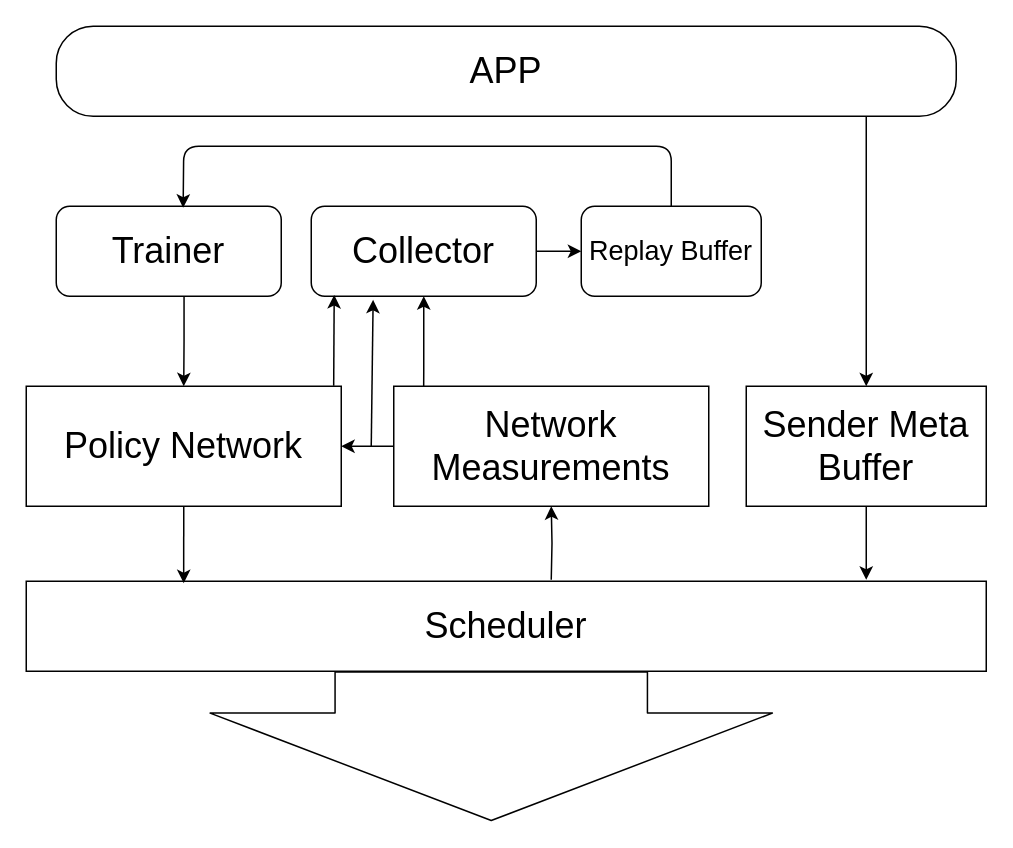
The draw.io diagram Architecture.drawio in I-am-Justice/QUIC-packet-scheduling, before the edit. Source tidied: cells renumbered, new cells numbered last; positions are measured from the earlier drawing's top-left corner, leaving out a move shared by most shapes. Both pictures are drawn from the tidied source at 150%, with x=0, y=0 at pixel (26, 26).
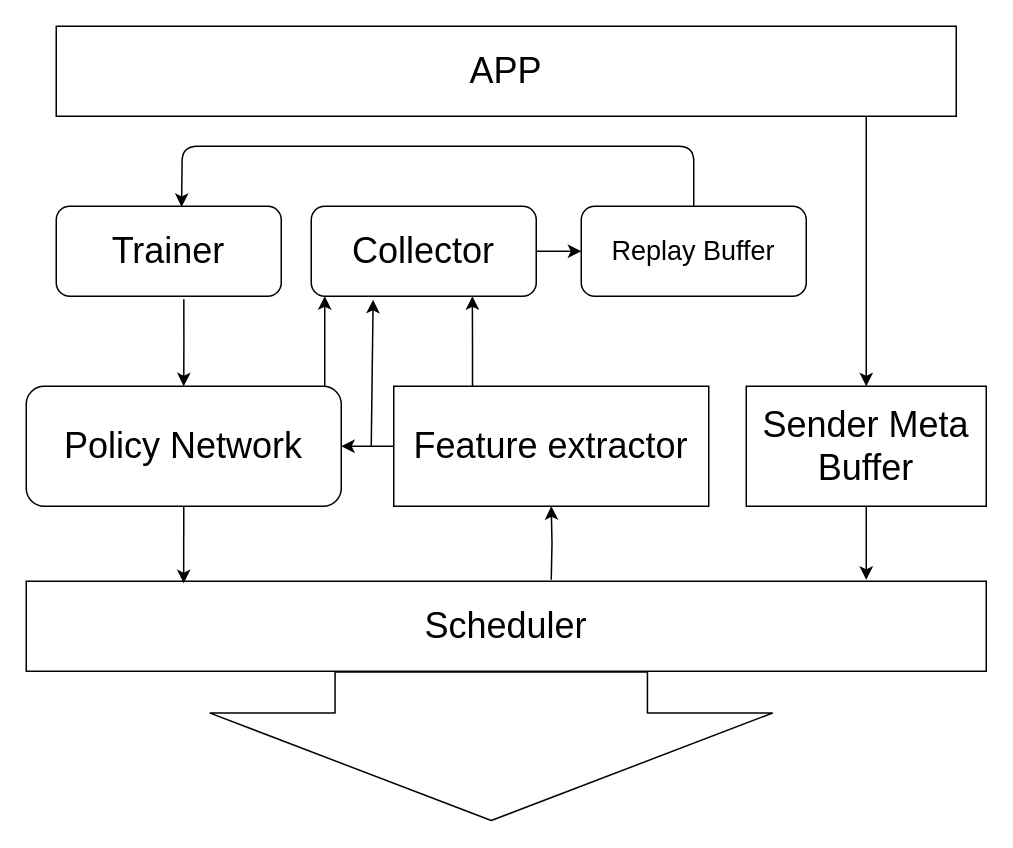
The same diagram, later.

The change refers to these unchanged cells:
```xml
<mxCell id="7" value="&lt;font style=&quot;font-size: 24px&quot;&gt;Scheduler&lt;/font&gt;" style="rounded=1;whiteSpace=wrap;html=1;arcSize=0;" parent="1" vertex="1">
  <mxGeometry y="370" width="640" height="60" as="geometry" />
</mxCell>
<mxCell id="15" value="&lt;font style=&quot;font-size: 24px&quot;&gt;Collector&lt;/font&gt;" style="rounded=1;whiteSpace=wrap;html=1;" parent="1" vertex="1">
  <mxGeometry x="190" y="120" width="150" height="60" as="geometry" />
</mxCell>
<mxCell id="16" value="&lt;font style=&quot;font-size: 24px&quot;&gt;Trainer&lt;/font&gt;" style="rounded=1;whiteSpace=wrap;html=1;" parent="1" vertex="1">
  <mxGeometry x="20" y="120" width="150" height="60" as="geometry" />
</mxCell>
```

Change to the diagram source:
```diff
@@
-    <mxCell id="3" value="&lt;font style=&quot;font-size: 24px&quot;&gt;APP&lt;/font&gt;" style="rounded=1;whiteSpace=wrap;html=1;arcSize=41;" parent="1" vertex="1">
+    <mxCell id="3" value="&lt;font style=&quot;font-size: 24px&quot;&gt;APP&lt;/font&gt;" style="rounded=1;whiteSpace=wrap;html=1;arcSize=0;" parent="1" vertex="1">
       <mxGeometry x="20" width="600" height="60" as="geometry" />
     </mxCell>
@@
-    <mxCell id="8" style="edgeStyle=orthogonalEdgeStyle;rounded=0;jettySize=auto;html=1;" parent="1" edge="1" source="9" target="12">
+    <mxCell id="8" style="edgeStyle=orthogonalEdgeStyle;rounded=0;jettySize=auto;html=1;entryX=1;entryY=0.5;entryDx=0;entryDy=0;" parent="1" edge="1" source="9" target="12">
       <mxGeometry relative="1" as="geometry" />
     </mxCell>
+    <mxCell id="13" style="edgeStyle=orthogonalEdgeStyle;rounded=0;jettySize=auto;html=1;exitX=0.25;exitY=0;exitDx=0;exitDy=0;entryX=0.716;entryY=1;entryDx=0;entryDy=0;entryPerimeter=0;" parent="1" edge="1" source="9" target="15">
+      <mxGeometry relative="1" as="geometry" />
+    </mxCell>
-    <mxCell id="9" value="&lt;font style=&quot;font-size: 24px&quot;&gt;Network Measurements&lt;/font&gt;" style="rounded=0;whiteSpace=wrap;html=1;" parent="1" vertex="1">
+    <mxCell id="9" value="&lt;font style=&quot;font-size: 24px&quot;&gt;Feature extractor&lt;/font&gt;" style="rounded=0;whiteSpace=wrap;html=1;" parent="1" vertex="1">
       <mxGeometry x="245" y="240" width="210" height="80" as="geometry" />
     </mxCell>
-    <mxCell id="10" style="edgeStyle=orthogonalEdgeStyle;rounded=0;jettySize=auto;html=1;exitX=0.5;exitY=1;exitDx=0;exitDy=0;entryX=0.164;entryY=0.021;entryDx=0;entryDy=0;entryPerimeter=0;" parent="1" edge="1" source="12" target="7">
+    <mxCell id="10" style="edgeStyle=orthogonalEdgeStyle;rounded=0;jettySize=auto;html=1;entryX=0.164;entryY=0.021;entryDx=0;entryDy=0;entryPerimeter=0;exitX=0.5;exitY=1;exitDx=0;exitDy=0;" parent="1" edge="1" source="12" target="7">
       <mxGeometry relative="1" as="geometry" />
     </mxCell>
-    <mxCell id="11" style="edgeStyle=orthogonalEdgeStyle;rounded=0;jettySize=auto;html=1;exitX=0.568;exitY=0.993;exitDx=0;exitDy=0;entryX=0.5;entryY=0;entryDx=0;entryDy=0;exitPerimeter=0;" parent="1" edge="1" source="16" target="12">
-      <mxGeometry relative="1" as="geometry" />
-    </mxCell>
-    <mxCell id="12" value="&lt;font style=&quot;font-size: 24px&quot;&gt;Policy Network&lt;/font&gt;" style="rounded=0;whiteSpace=wrap;html=1;" parent="1" vertex="1">
-      <mxGeometry y="240" width="210" height="80" as="geometry" />
-    </mxCell>
-    <mxCell id="13" style="edgeStyle=orthogonalEdgeStyle;rounded=0;jettySize=auto;html=1;exitX=0.095;exitY=0.002;exitDx=0;exitDy=0;entryX=0.5;entryY=1;entryDx=0;entryDy=0;exitPerimeter=0;" parent="1" edge="1" source="9" target="15">
-      <mxGeometry relative="1" as="geometry">
-        <Array as="points">
-          <mxPoint x="265" y="230" />
-          <mxPoint x="265" y="230" />
-        </Array>
-      </mxGeometry>
-    </mxCell>
@@
     <mxCell id="17" value="&lt;font style=&quot;font-size: 18px&quot;&gt;Replay Buffer&lt;/font&gt;" style="rounded=1;whiteSpace=wrap;html=1;" parent="1" vertex="1">
-      <mxGeometry x="370" y="120" width="120" height="60" as="geometry" />
+      <mxGeometry x="370" y="120" width="150" height="60" as="geometry" />
     </mxCell>
-    <mxCell id="18" style="endArrow=classic;html=1;entryX=0.102;entryY=0.986;entryDx=0;entryDy=0;entryPerimeter=0;exitX=0.976;exitY=-0.004;exitDx=0;exitDy=0;exitPerimeter=0;" parent="1" edge="1" source="12" target="15">
-      <mxGeometry relative="1" as="geometry" />
+    <mxCell id="18" style="endArrow=classic;html=1;entryX=0.06;entryY=1;entryDx=0;entryDy=0;entryPerimeter=0;" parent="1" edge="1" target="15">
+      <mxGeometry relative="1" as="geometry">
+        <mxPoint x="199" y="240" as="sourcePoint" />
+      </mxGeometry>
     </mxCell>
@@
-    <mxCell id="20" style="endArrow=classic;html=1;exitX=0.5;exitY=0;exitDx=0;exitDy=0;entryX=0.564;entryY=0.017;entryDx=0;entryDy=0;entryPerimeter=0;" parent="1" edge="1" source="17" target="16">
+    <mxCell id="20" style="endArrow=classic;html=1;exitX=0.5;exitY=0;exitDx=0;exitDy=0;entryX=0.557;entryY=0.007;entryDx=0;entryDy=0;entryPerimeter=0;" parent="1" edge="1" source="17" target="16">
       <mxGeometry relative="1" as="geometry">
         <Array as="points">
-          <mxPoint x="430" y="80" />
+          <mxPoint x="445" y="80" />
           <mxPoint x="250" y="80" />
-          <mxPoint x="105" y="80" />
+          <mxPoint x="104" y="80" />
         </Array>
       </mxGeometry>
     </mxCell>
@@
+    <mxCell id="11" style="edgeStyle=orthogonalEdgeStyle;rounded=0;jettySize=auto;html=1;exitX=0.567;exitY=1.033;exitDx=0;exitDy=0;entryX=0.5;entryY=0;entryDx=0;entryDy=0;exitPerimeter=0;" parent="1" edge="1" source="16" target="12">
+      <mxGeometry relative="1" as="geometry" />
+    </mxCell>
+    <mxCell id="12" value="&lt;span style=&quot;font-size: 24px&quot;&gt;Policy Network&lt;/span&gt;" style="rounded=1;whiteSpace=wrap;html=1;" parent="1" vertex="1">
+      <mxGeometry y="240" width="210" height="80" as="geometry" />
+    </mxCell>
```
